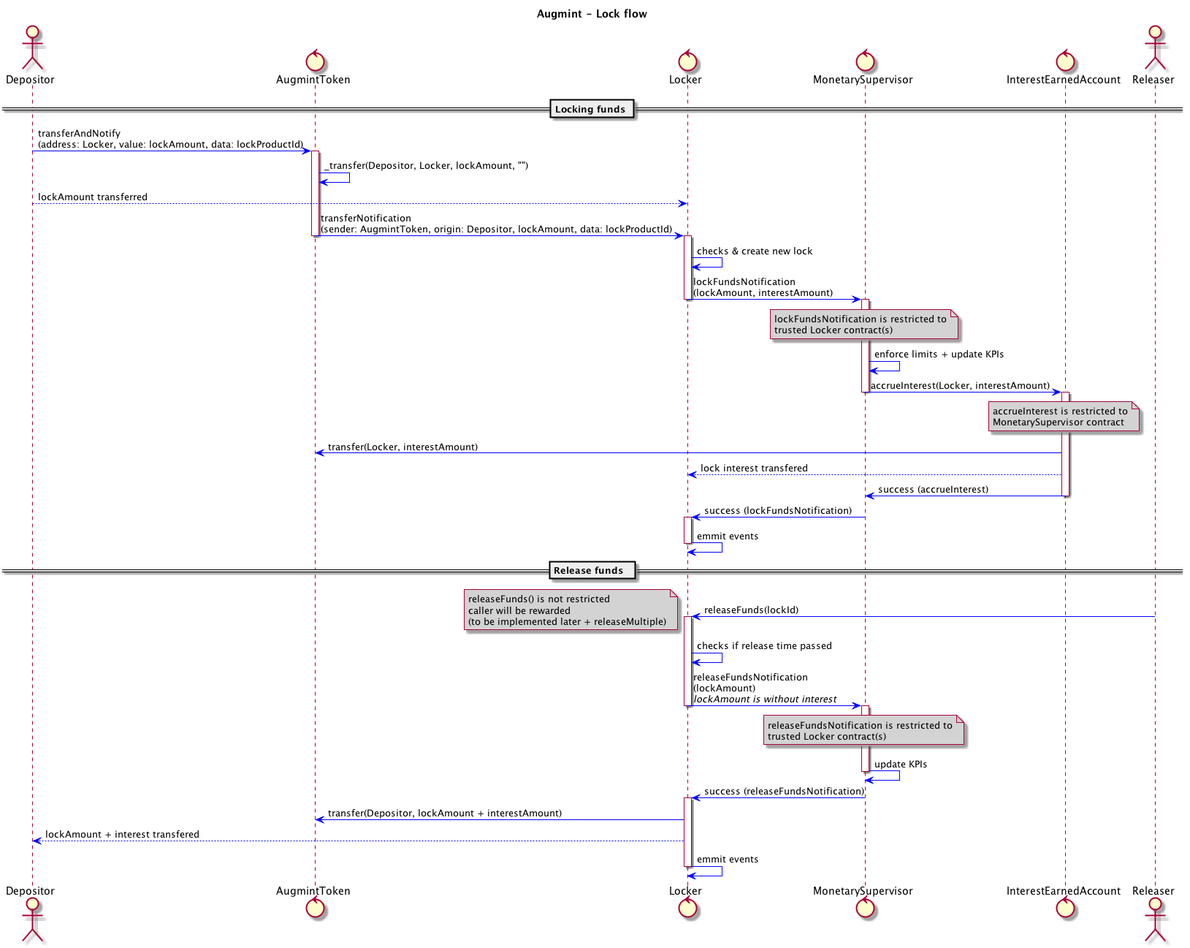
Earlier version of the PlantUML export docs/lockFlow.png (Augmint/augmint-contracts).
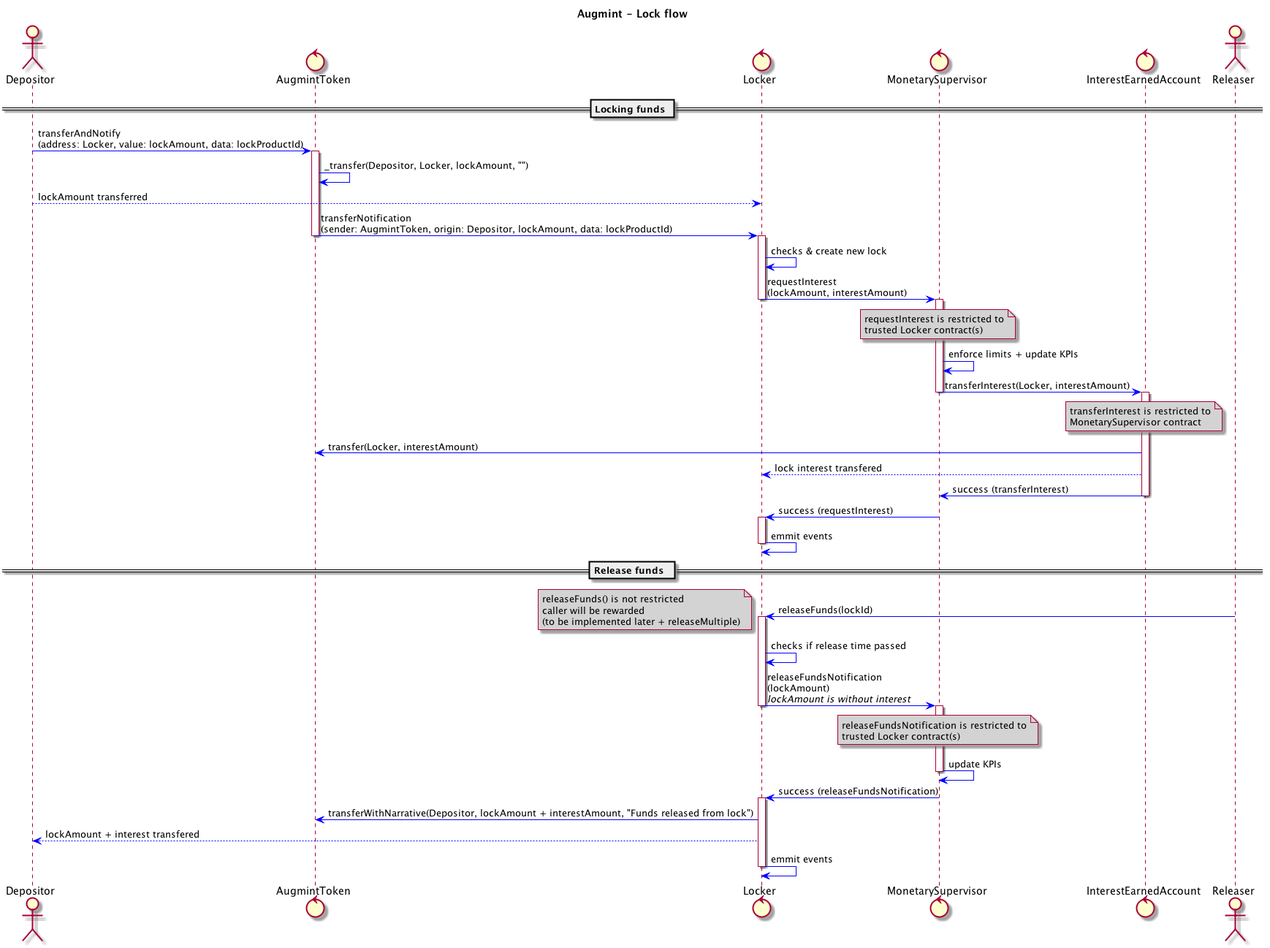
The same diagram one commit later.

Diff of the diagram source:
```diff
@@ -21,29 +21,29 @@
 
 activate Locker
     Locker -> Locker : checks & create new lock
-    Locker -> MonetarySupervisor : lockFundsNotification\n(lockAmount, interestAmount)
+    Locker -> MonetarySupervisor : requestInterest\n(lockAmount, interestAmount)
     note over MonetarySupervisor
-        lockFundsNotification is restricted to
+        requestInterest is restricted to
         trusted Locker contract(s)
     end note
 deactivate Locker
 
 activate MonetarySupervisor
     MonetarySupervisor -> MonetarySupervisor : enforce limits + update KPIs
-    MonetarySupervisor -> InterestEarnedAccount : accrueInterest(Locker, interestAmount)
+    MonetarySupervisor -> InterestEarnedAccount : transferInterest(Locker, interestAmount)
 deactivate MonetarySupervisor
 
 activate InterestEarnedAccount
     note over InterestEarnedAccount
-        accrueInterest is restricted to
+        transferInterest is restricted to
         MonetarySupervisor contract
     end note
     InterestEarnedAccount -> AugmintToken : transfer(Locker, interestAmount)
     InterestEarnedAccount --> Locker : lock interest transfered
-    InterestEarnedAccount -> MonetarySupervisor : success (accrueInterest)
+    InterestEarnedAccount -> MonetarySupervisor : success (transferInterest)
 deactivate InterestEarnedAccount
 
-MonetarySupervisor -> Locker : success (lockFundsNotification)
+MonetarySupervisor -> Locker : success (requestInterest)
 
 activate Locker
     Locker -> Locker : emmit events
@@ -73,7 +73,7 @@
 MonetarySupervisor -> Locker : success (releaseFundsNotification)
 
 activate Locker
-    Locker -> AugmintToken : transfer(Depositor, lockAmount + interestAmount)
+    Locker -> AugmintToken : transferWithNarrative(Depositor, lockAmount + interestAmount, "Funds released from lock")
     Locker --> Depositor : lockAmount + interest transfered
 Locker -> Locker : emmit events
 deactivate Locker
```
